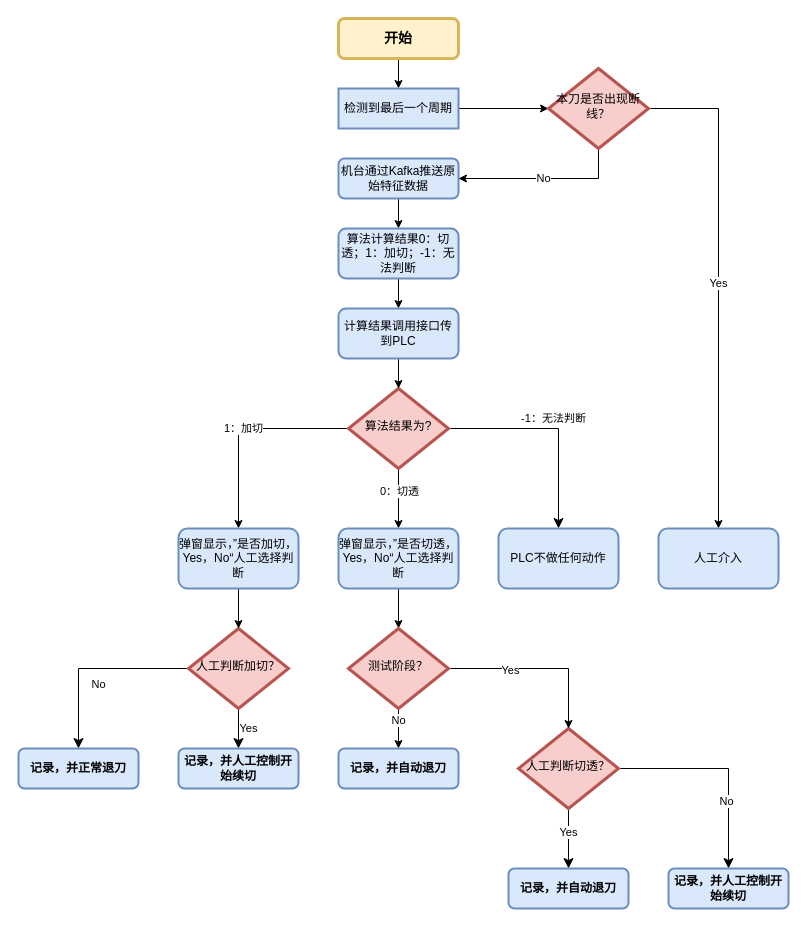
This is 流程图.drawio from naivea/graph, a draw.io file, before an edit. Source tidied: cells renumbered, new cells numbered last; positions are measured from the earlier drawing's top-left corner, leaving out a move shared by most shapes. Both pictures are drawn from the tidied source at 100%, with x=0, y=0 at pixel (18, 18).
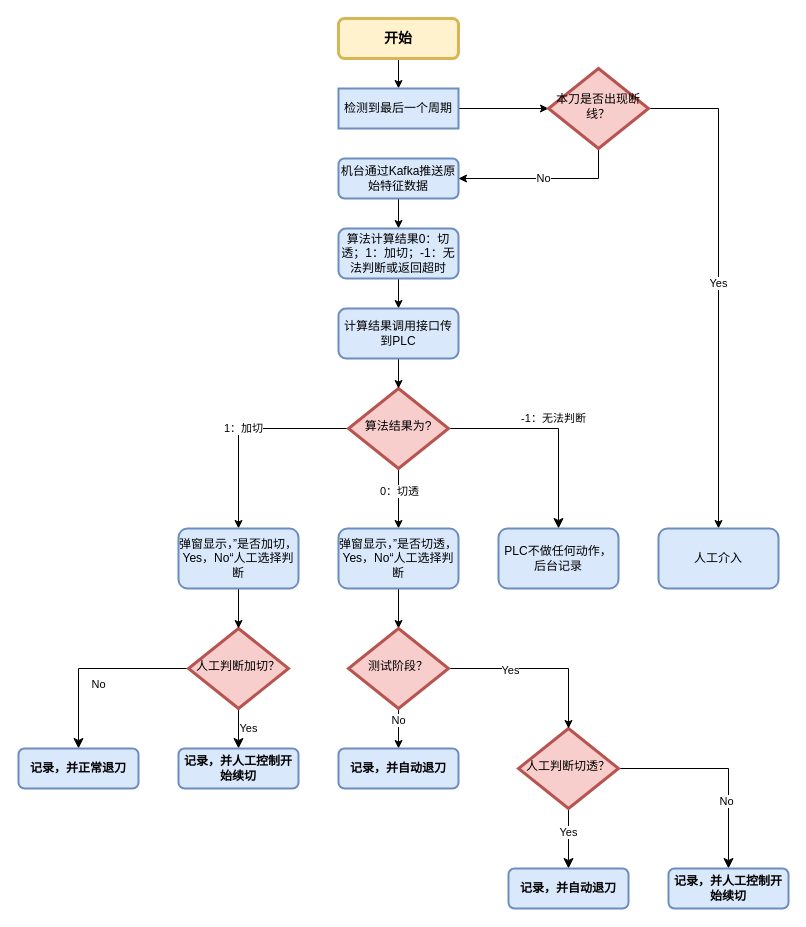
The same page after the edit.

Commit message:
更新流程图.drawio

The edit, as a diff of the source:
```diff
@@
-    <mxCell id="9" value="PLC不做任何动作" style="rounded=1;whiteSpace=wrap;html=1;fontSize=12;glass=0;strokeWidth=2;shadow=0;fillColor=#dae8fc;strokeColor=#6c8ebf;" parent="1" vertex="1">
+    <mxCell id="9" value="PLC不做任何动作，后台记录" style="rounded=1;whiteSpace=wrap;html=1;fontSize=12;glass=0;strokeWidth=2;shadow=0;fillColor=#dae8fc;strokeColor=#6c8ebf;" parent="1" vertex="1">
       <mxGeometry x="480" y="510" width="120" height="60" as="geometry" />
     </mxCell>
@@
-    <mxCell id="20" value="算法计算结果0：切透；1：加切；-1：无法判断" style="rounded=1;whiteSpace=wrap;html=1;fontSize=12;glass=0;strokeWidth=2;shadow=0;fillColor=#dae8fc;strokeColor=#6c8ebf;" parent="1" vertex="1">
+    <mxCell id="20" value="算法计算结果0：切透；1：加切；-1：无法判断或返回超时" style="rounded=1;whiteSpace=wrap;html=1;fontSize=12;glass=0;strokeWidth=2;shadow=0;fillColor=#dae8fc;strokeColor=#6c8ebf;" parent="1" vertex="1">
       <mxGeometry x="320" y="210" width="120" height="50" as="geometry" />
     </mxCell>
```
